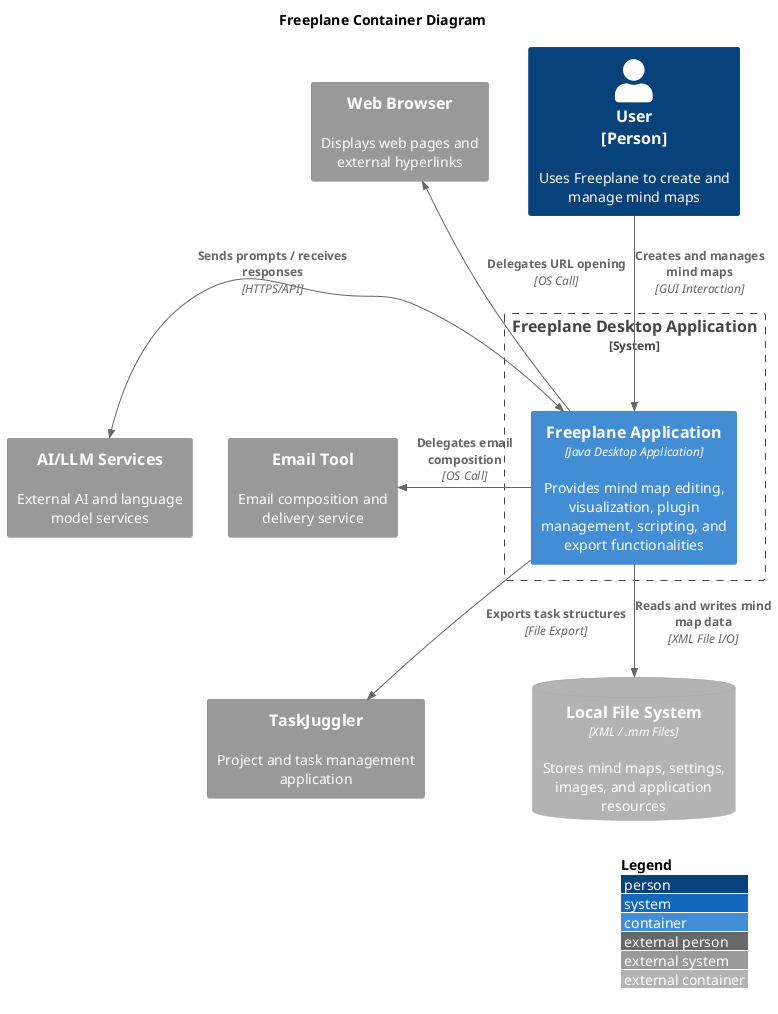
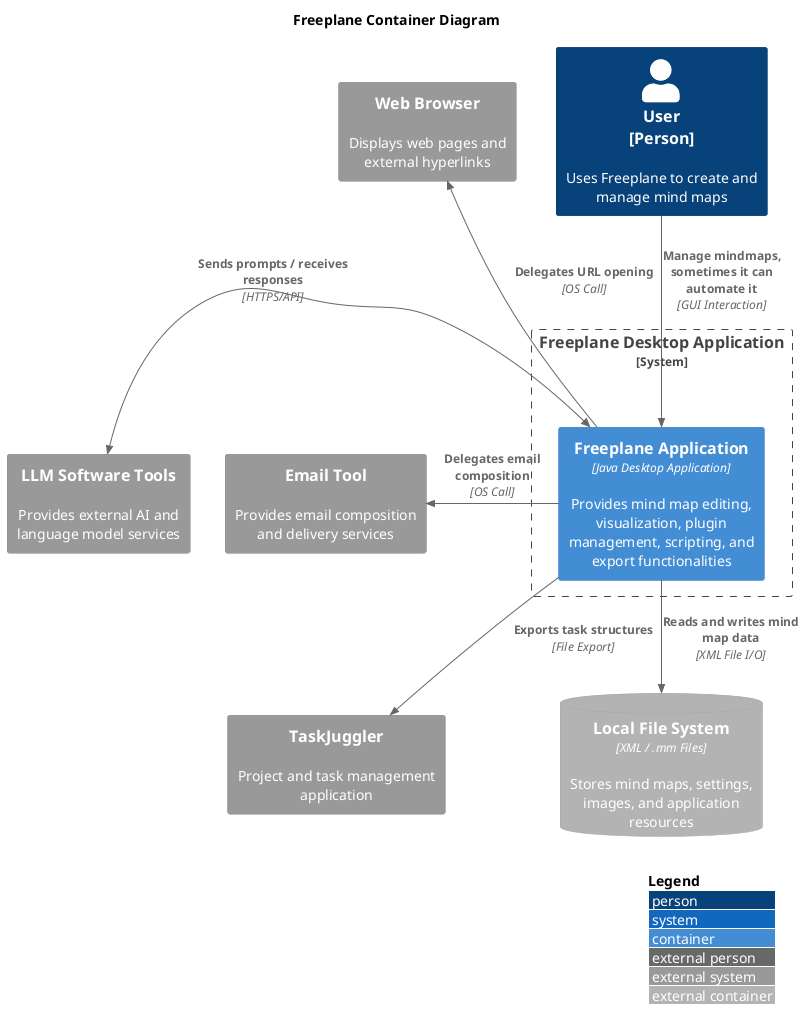
-     @startuml
+  @startuml
    !include <C4/C4_Container.puml>
    title Freeplane Container Diagram

    LAYOUT_WITH_LEGEND()
    LAYOUT_TOP_DOWN()

    Person(user, "User\n[Person]", "Uses Freeplane to create and manage mind maps")

    System_Ext(browser, "Web Browser", "Displays web pages and external hyperlinks")
-     System_Ext(email, "Email Tool", "Email composition and delivery service")
+     System_Ext(email, "Email Tool", "Provides email composition and delivery services")
    browser -[hidden]down-> email

    System_Boundary(app, "Freeplane Desktop Application") {
        Container(freeplane, "Freeplane Application", "Java Desktop Application", "Provides mind map editing, visualization, plugin management, scripting, and export functionalities")
+     }

-     }
    ContainerDb_Ext(file_system, "Local File System", "XML / .mm Files", "Stores mind maps, settings, images, and application resources")

-     System_Ext(ai, "AI/LLM Services", "External AI and language model services")
+     System_Ext(llm, "LLM Software Tools", "Provides external AI and language model services")
    System_Ext(taskjuggler, "TaskJuggler", "Project and task management application")
-     ai -[hidden]down-> taskjuggler
+     llm -[hidden]down-> taskjuggler

-     Rel_D(user, freeplane, "Creates and manages mind maps", "GUI Interaction")
+     Rel_D(user, freeplane, "Manage mindmaps, sometimes it can automate it", "GUI Interaction")
    Rel_D(freeplane, file_system, "Reads and writes mind map data", "XML File I/O")

    Rel_L(freeplane, browser, "Delegates URL opening", "OS Call")
    Rel_L(freeplane, email, "Delegates email composition", "OS Call")

    Rel_R(freeplane, taskjuggler, "Exports task structures", "File Export")
-     BiRel_R(freeplane, ai, "Sends prompts / receives responses", "HTTPS/API")
+     BiRel_R(freeplane, llm, "Sends prompts / receives responses", "HTTPS/API")

    @enduml